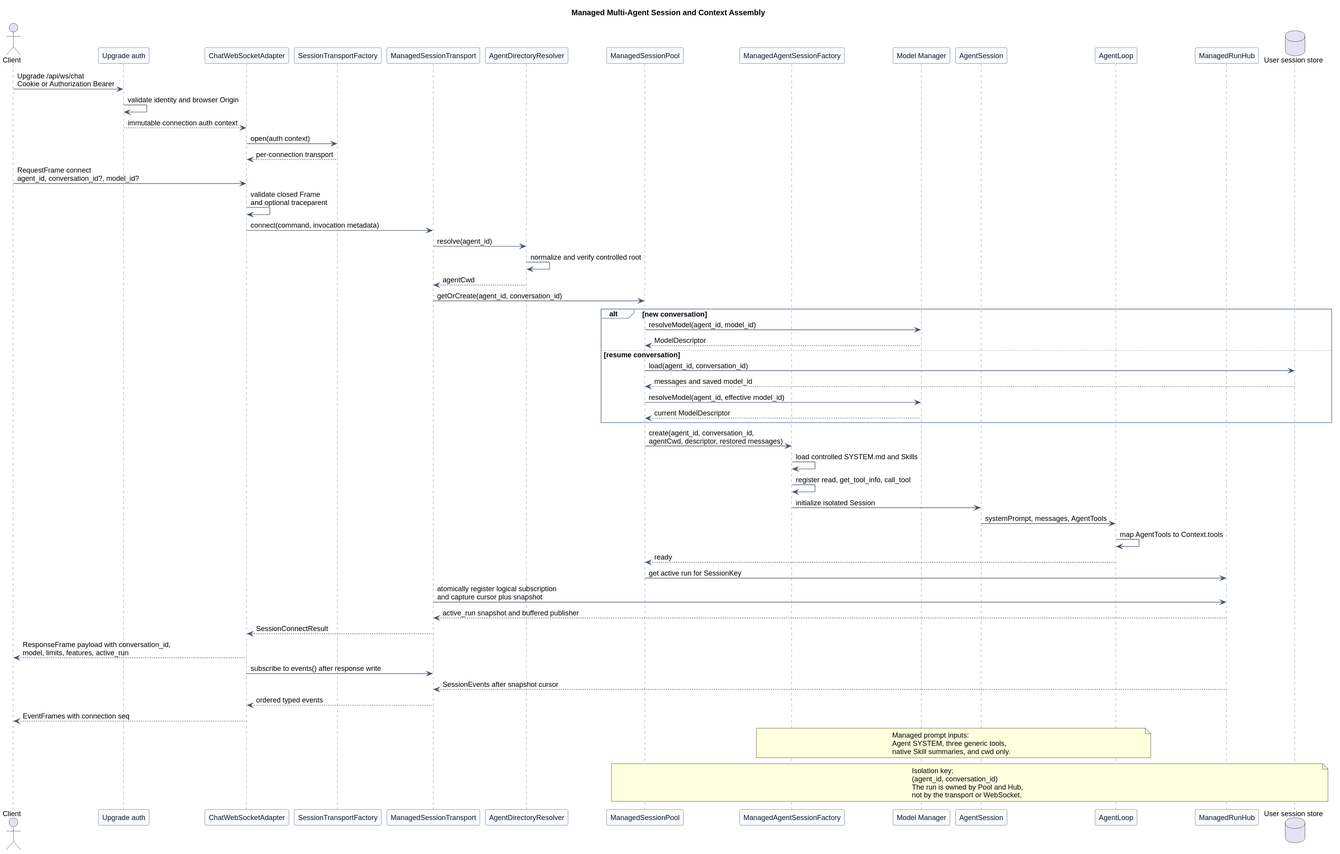
Above: pi-mono-java-manager-driven-multi-agent-runtime/managed_session_context_assembly.svg in superheromeZzh/pi-mono-java-design (PlantUML), before the change.
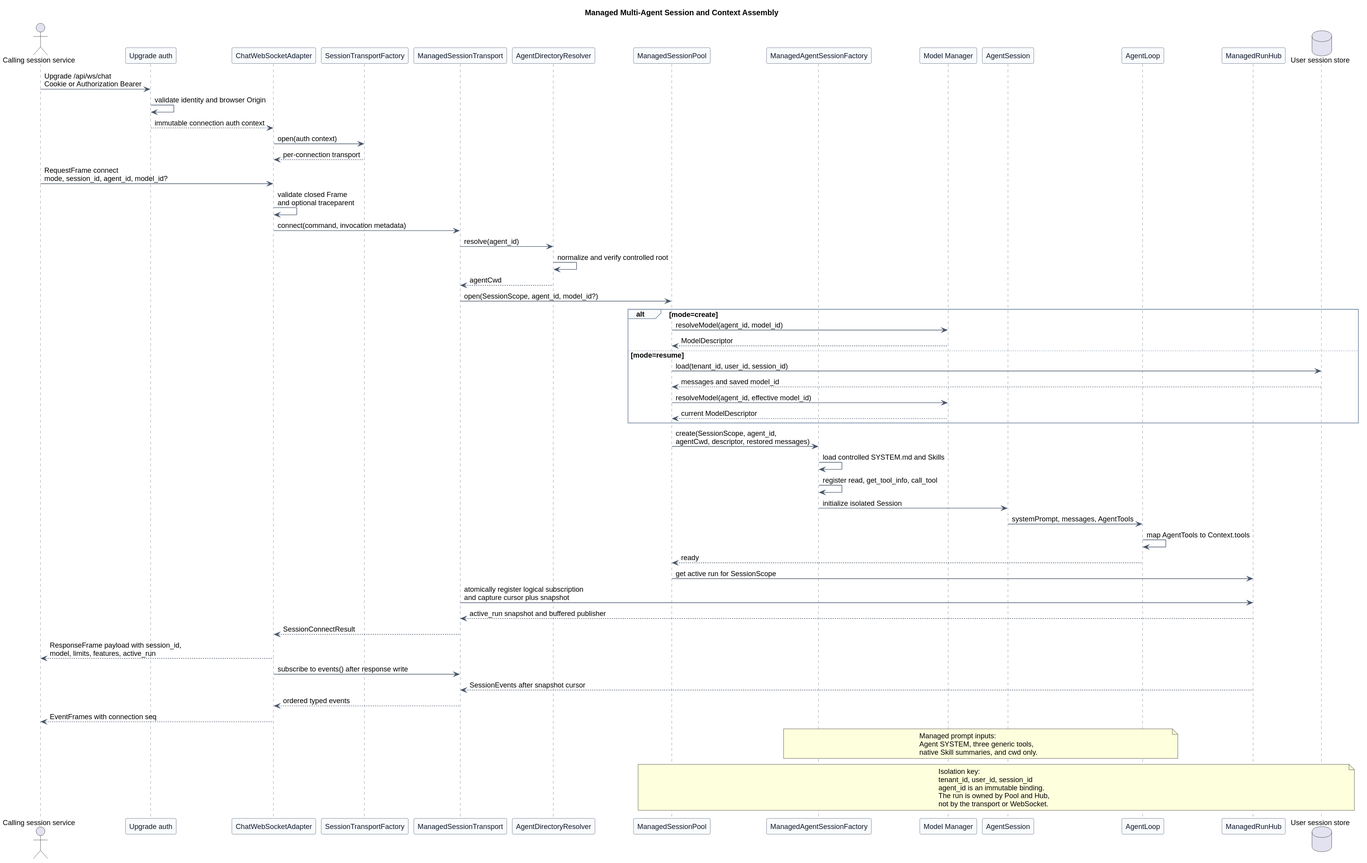
After the change.

The edit, as a diff of the source:
```diff
@@ -19,7 +19,7 @@
   GroupBackgroundColor #F8FAFC
 }
 
-actor Client
+actor "Calling session service" as Client
 participant "Upgrade auth" as Auth
 participant "ChatWebSocketAdapter" as WS
 participant "SessionTransportFactory" as TransportFactory
@@ -38,36 +38,36 @@
 Auth --> WS : immutable connection auth context
 WS -> TransportFactory : open(auth context)
 TransportFactory --> WS : per-connection transport
-Client -> WS : RequestFrame connect\nagent_id, conversation_id?, model_id?
+Client -> WS : RequestFrame connect\nmode, session_id, agent_id, model_id?
 WS -> WS : validate closed Frame\nand optional traceparent
 WS -> Transport : connect(command, invocation metadata)
 Transport -> Resolver : resolve(agent_id)
 Resolver -> Resolver : normalize and verify controlled root
 Resolver --> Transport : agentCwd
-Transport -> Pool : getOrCreate(agent_id, conversation_id)
+Transport -> Pool : open(SessionScope, agent_id, model_id?)
 
-alt new conversation
+alt mode=create
   Pool -> ModelManager : resolveModel(agent_id, model_id)
   ModelManager --> Pool : ModelDescriptor
-else resume conversation
-  Pool -> Store : load(agent_id, conversation_id)
+else mode=resume
+  Pool -> Store : load(tenant_id, user_id, session_id)
   Store --> Pool : messages and saved model_id
   Pool -> ModelManager : resolveModel(agent_id, effective model_id)
   ModelManager --> Pool : current ModelDescriptor
 end
 
-Pool -> Factory : create(agent_id, conversation_id,\nagentCwd, descriptor, restored messages)
+Pool -> Factory : create(SessionScope, agent_id,\nagentCwd, descriptor, restored messages)
 Factory -> Factory : load controlled SYSTEM.md and Skills
 Factory -> Factory : register read, get_tool_info, call_tool
 Factory -> Session : initialize isolated Session
 Session -> Loop : systemPrompt, messages, AgentTools
 Loop -> Loop : map AgentTools to Context.tools
 Loop --> Pool : ready
-Pool -> Hub : get active run for SessionKey
+Pool -> Hub : get active run for SessionScope
 Transport -> Hub : atomically register logical subscription\nand capture cursor plus snapshot
 Hub --> Transport : active_run snapshot and buffered publisher
 Transport --> WS : SessionConnectResult
-WS --> Client : ResponseFrame payload with conversation_id,\nmodel, limits, features, active_run
+WS --> Client : ResponseFrame payload with session_id,\nmodel, limits, features, active_run
 WS -> Transport : subscribe to events() after response write
 Hub --> Transport : SessionEvents after snapshot cursor
 Transport --> WS : ordered typed events
@@ -81,7 +81,8 @@
 
 note over Pool,Store
 Isolation key:
-(agent_id, conversation_id)
+tenant_id, user_id, session_id
+agent_id is an immutable binding.
 The run is owned by Pool and Hub,
 not by the transport or WebSocket.
 end note
```
